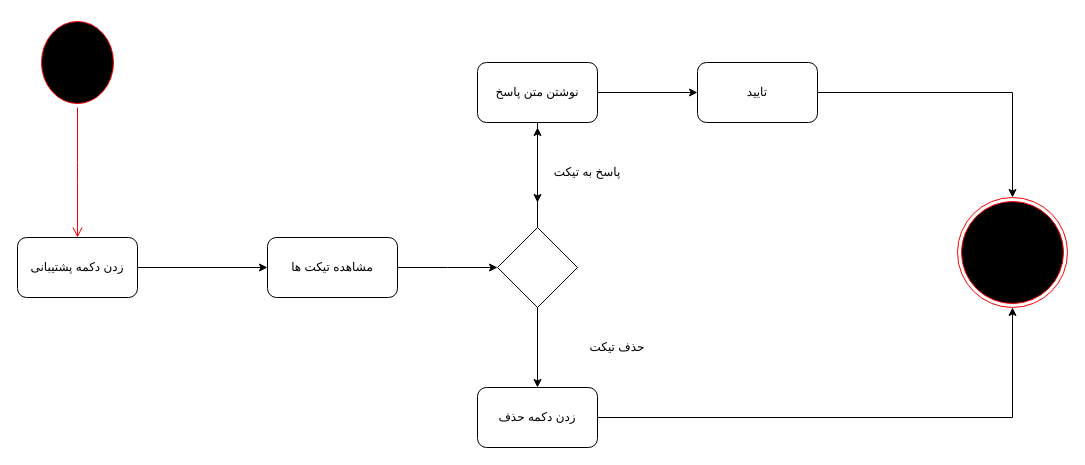
Before: Activity Diagram/AdminSupport.drawio in mmohajer9/sama-online-coaching-system, a draw.io diagram. Source tidied: cells renumbered, new cells numbered last; positions are measured from the earlier drawing's top-left corner, leaving out a move shared by most shapes. Both pictures are drawn from the tidied source at 100%, with x=0, y=0 at pixel (17, 17).
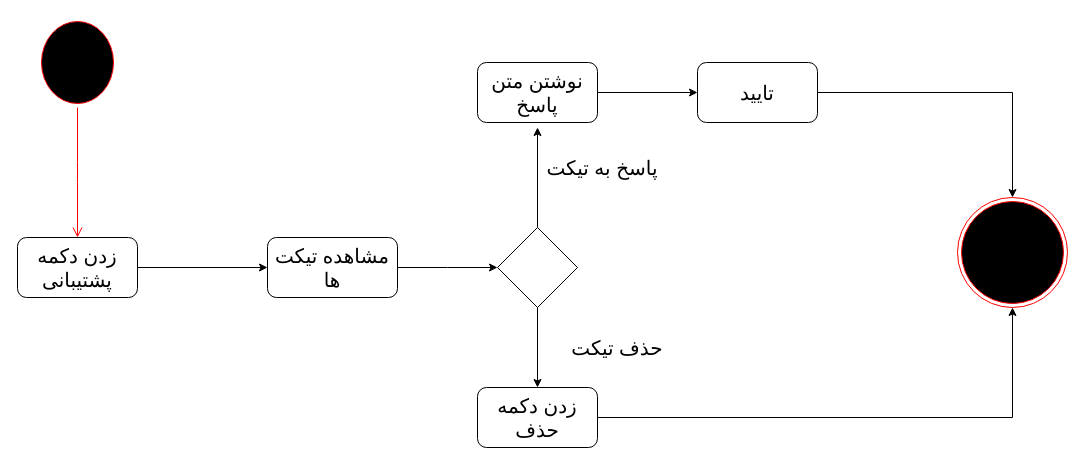
The same page after the edit.

Diff of the diagram source:
```diff
@@
-    <mxCell id="6" value="زدن دکمه پشتیبانی" style="rounded=1;whiteSpace=wrap;html=1;" parent="1" vertex="1">
+    <mxCell id="6" value="&lt;font style=&quot;font-size: 20px&quot;&gt;زدن دکمه پشتیبانی&lt;/font&gt;" style="rounded=1;whiteSpace=wrap;html=1;" parent="1" vertex="1">
       <mxGeometry y="220" width="120" height="60" as="geometry" />
     </mxCell>
@@
-    <mxCell id="8" value="مشاهده تیکت ها" style="rounded=1;whiteSpace=wrap;html=1;" parent="1" vertex="1">
+    <mxCell id="8" value="&lt;font style=&quot;font-size: 20px&quot;&gt;مشاهده تیکت ها&lt;/font&gt;" style="rounded=1;whiteSpace=wrap;html=1;" parent="1" vertex="1">
       <mxGeometry x="250" y="220" width="130" height="60" as="geometry" />
     </mxCell>
@@
-    <mxCell id="12" style="edgeStyle=orthogonalEdgeStyle;rounded=0;jettySize=auto;html=1;" parent="1" edge="1" source="14">
-      <mxGeometry relative="1" as="geometry">
-        <mxPoint x="520" y="185" as="targetPoint" />
-      </mxGeometry>
-    </mxCell>
@@
-    <mxCell id="14" value="نوشتن متن پاسخ" style="rounded=1;whiteSpace=wrap;html=1;" parent="1" vertex="1">
+    <mxCell id="14" value="&lt;font style=&quot;font-size: 20px&quot;&gt;نوشتن متن پاسخ&lt;/font&gt;" style="rounded=1;whiteSpace=wrap;html=1;" parent="1" vertex="1">
       <mxGeometry x="460" y="45" width="120" height="60" as="geometry" />
     </mxCell>
@@
-    <mxCell id="16" value="زدن دکمه حذف" style="rounded=1;whiteSpace=wrap;html=1;" parent="1" vertex="1">
+    <mxCell id="16" value="&lt;font style=&quot;font-size: 20px&quot;&gt;زدن دکمه حذف&lt;/font&gt;" style="rounded=1;whiteSpace=wrap;html=1;" parent="1" vertex="1">
       <mxGeometry x="460" y="370" width="120" height="60" as="geometry" />
     </mxCell>
-    <mxCell id="17" value="پاسخ به تیکت&lt;br&gt;" style="text;html=1;strokeColor=none;fillColor=none;align=center;verticalAlign=middle;whiteSpace=wrap;rounded=0;" parent="1" vertex="1">
-      <mxGeometry x="510" y="140" width="120" height="30" as="geometry" />
+    <mxCell id="17" value="&lt;font style=&quot;font-size: 20px&quot;&gt;پاسخ به تیکت&lt;/font&gt;" style="text;html=1;strokeColor=none;fillColor=none;align=center;verticalAlign=middle;whiteSpace=wrap;rounded=0;" parent="1" vertex="1">
+      <mxGeometry x="510" y="130" width="150" height="40" as="geometry" />
     </mxCell>
-    <mxCell id="18" value="حذف تیکت" style="text;html=1;strokeColor=none;fillColor=none;align=center;verticalAlign=middle;whiteSpace=wrap;rounded=0;" parent="1" vertex="1">
+    <mxCell id="18" value="&lt;font style=&quot;font-size: 20px&quot;&gt;حذف تیکت&lt;/font&gt;" style="text;html=1;strokeColor=none;fillColor=none;align=center;verticalAlign=middle;whiteSpace=wrap;rounded=0;" parent="1" vertex="1">
       <mxGeometry x="540" y="315" width="120" height="30" as="geometry" />
     </mxCell>
@@
-    <mxCell id="20" value="تایید" style="rounded=1;whiteSpace=wrap;html=1;" parent="1" vertex="1">
+    <mxCell id="20" value="&lt;font style=&quot;font-size: 20px&quot;&gt;تایید&lt;/font&gt;" style="rounded=1;whiteSpace=wrap;html=1;" parent="1" vertex="1">
       <mxGeometry x="680" y="45" width="120" height="60" as="geometry" />
     </mxCell>
```
